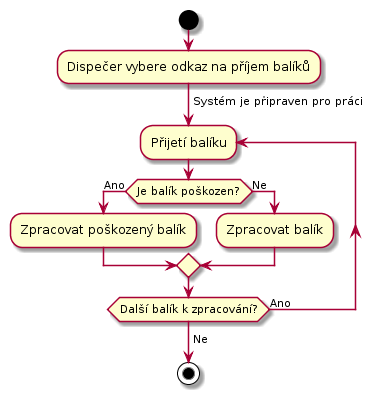
Internet-Handel/postman keeps this PlantUML diagram as docs/diagrams/out/uc-21-activity-1.png. Above is the earlier version.
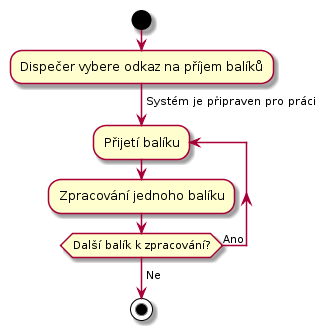
Above is the later version.

Change to the diagram source:
```diff
@@ -6,11 +6,7 @@
 -> Systém je připraven pro práci;
 
 repeat :Přijetí balíku;
-    if (Je balík poškozen?)then (Ano)
-        :Zpracovat poškozený balík;
-    else (Ne)
-        :Zpracovat balík;
-    endif
+    :Zpracování jednoho balíku;
 repeat while (Další balík k zpracování?) is (Ano)
 ->Ne;
 
```
